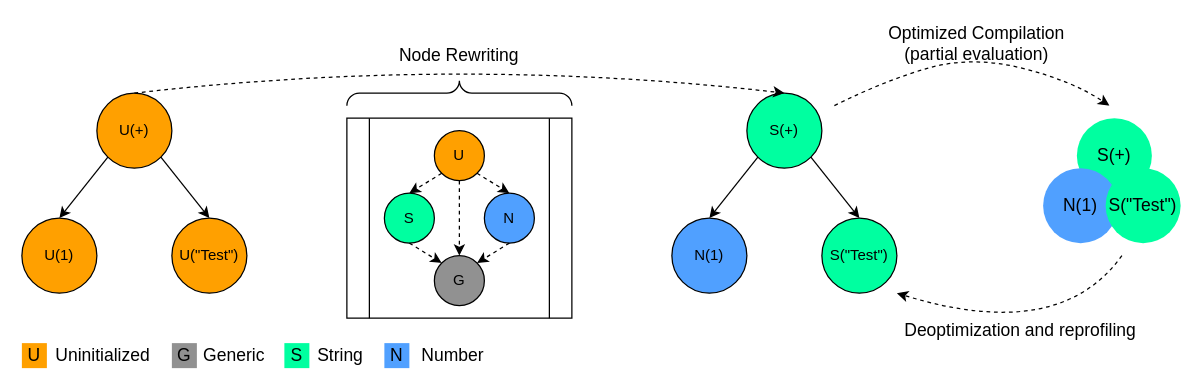
Above: figures/NodeJIT.drawio in KamikazeSquirrel/baThesis (draw.io), before the change. Source tidied: cells renumbered, new cells numbered last; positions are measured from the earlier drawing's top-left corner, leaving out a move shared by most shapes. Both pictures are drawn from the tidied source at 125%, with x=0, y=0 at pixel (21, 30).
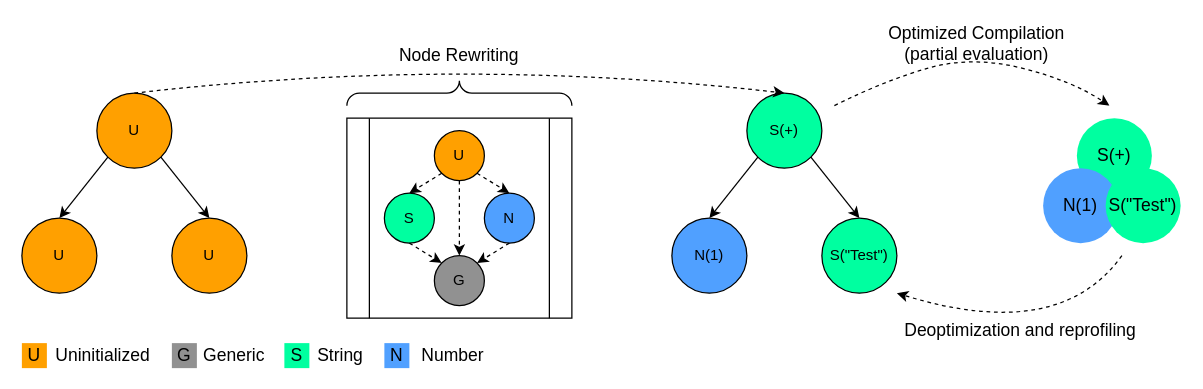
Above is the later version.

What changed in the source:
```diff
@@
-    <mxCell id="2" value="U(+)" style="ellipse;whiteSpace=wrap;html=1;fillColor=#FFA000;" parent="1" vertex="1">
+    <mxCell id="2" value="U" style="ellipse;whiteSpace=wrap;html=1;fillColor=#FFA000;" parent="1" vertex="1">
       <mxGeometry x="60" y="50" width="60" height="60" as="geometry" />
     </mxCell>
-    <mxCell id="3" value="U(1)" style="ellipse;whiteSpace=wrap;html=1;fillColor=#FFA000;" parent="1" vertex="1">
+    <mxCell id="3" value="U" style="ellipse;whiteSpace=wrap;html=1;fillColor=#FFA000;" parent="1" vertex="1">
       <mxGeometry y="150" width="60" height="60" as="geometry" />
     </mxCell>
-    <mxCell id="4" value="U(&quot;Test&quot;)" style="ellipse;whiteSpace=wrap;html=1;fillColor=#FFA000;" parent="1" vertex="1">
+    <mxCell id="4" value="U" style="ellipse;whiteSpace=wrap;html=1;fillColor=#FFA000;" parent="1" vertex="1">
       <mxGeometry x="120" y="150" width="60" height="60" as="geometry" />
     </mxCell>
```
